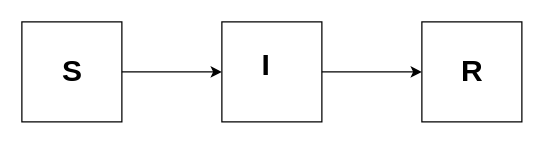
Before: SIR.drawio in acb100cias/BioMateFC, a draw.io diagram. Source tidied: cells renumbered, new cells numbered last; positions are measured from the earlier drawing's top-left corner, leaving out a move shared by most shapes. Both pictures are drawn from the tidied source at 125%, with x=0, y=0 at pixel (21, 21).
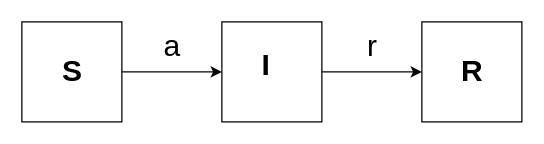
Above is the later version.

The edit, as a diff of the source:
```diff
@@
 <mxGraphModel>
   <root>
     <mxCell id="0" />
     <mxCell id="1" parent="0" />
     <mxCell id="2" style="whiteSpace=wrap;html=1;" parent="1" vertex="1">
       <mxGeometry width="80" height="80" as="geometry" />
     </mxCell>
     <mxCell id="3" style="whiteSpace=wrap;html=1;" parent="1" vertex="1">
       <mxGeometry x="160" width="80" height="80" as="geometry" />
     </mxCell>
     <mxCell id="4" style="whiteSpace=wrap;html=1;" parent="1" vertex="1">
       <mxGeometry x="320" width="80" height="80" as="geometry" />
     </mxCell>
     <mxCell id="5" style="endArrow=classic;html=1;rounded=0;" parent="1" edge="1" source="2" target="3">
       <mxGeometry relative="1" as="geometry" />
     </mxCell>
     <mxCell id="6" style="endArrow=classic;html=1;rounded=0;" parent="1" edge="1" source="3" target="4">
       <mxGeometry relative="1" as="geometry">
         <Array as="points">
           <mxPoint x="320" y="40" />
         </Array>
       </mxGeometry>
     </mxCell>
     <mxCell id="7" value="&lt;b&gt;&lt;font style=&quot;font-size: 24px;&quot;&gt;S&lt;/font&gt;&lt;/b&gt;" style="text;html=1;align=center;verticalAlign=middle;fillColor=none;strokeColor=none;rounded=0;" parent="1" vertex="1">
       <mxGeometry x="20" y="20" width="40" height="40" as="geometry" />
     </mxCell>
     <mxCell id="8" value="&lt;b&gt;&lt;font style=&quot;font-size: 24px;&quot;&gt;I&lt;/font&gt;&lt;/b&gt;" style="text;html=1;align=center;verticalAlign=middle;fillColor=none;strokeColor=none;rounded=0;" parent="1" vertex="1">
       <mxGeometry x="180" y="15" width="30" height="40" as="geometry" />
     </mxCell>
     <mxCell id="9" value="&lt;b&gt;&lt;font style=&quot;font-size: 24px;&quot;&gt;R&lt;/font&gt;&lt;/b&gt;" style="text;html=1;align=center;verticalAlign=middle;fillColor=none;strokeColor=none;rounded=0;" parent="1" vertex="1">
       <mxGeometry x="340" y="20" width="40" height="40" as="geometry" />
     </mxCell>
+    <mxCell id="10" value="a" style="text;html=1;align=center;verticalAlign=middle;strokeColor=none;fillColor=none;fontSize=24;fontColor=#000000;" parent="1" vertex="1">
+      <mxGeometry x="100" width="40" height="40" as="geometry" />
+    </mxCell>
+    <mxCell id="11" value="r" style="text;html=1;align=center;verticalAlign=middle;strokeColor=none;fillColor=none;fontSize=24;fontColor=#000000;" parent="1" vertex="1">
+      <mxGeometry x="265" width="30" height="40" as="geometry" />
+    </mxCell>
   </root>
 </mxGraphModel>
```
